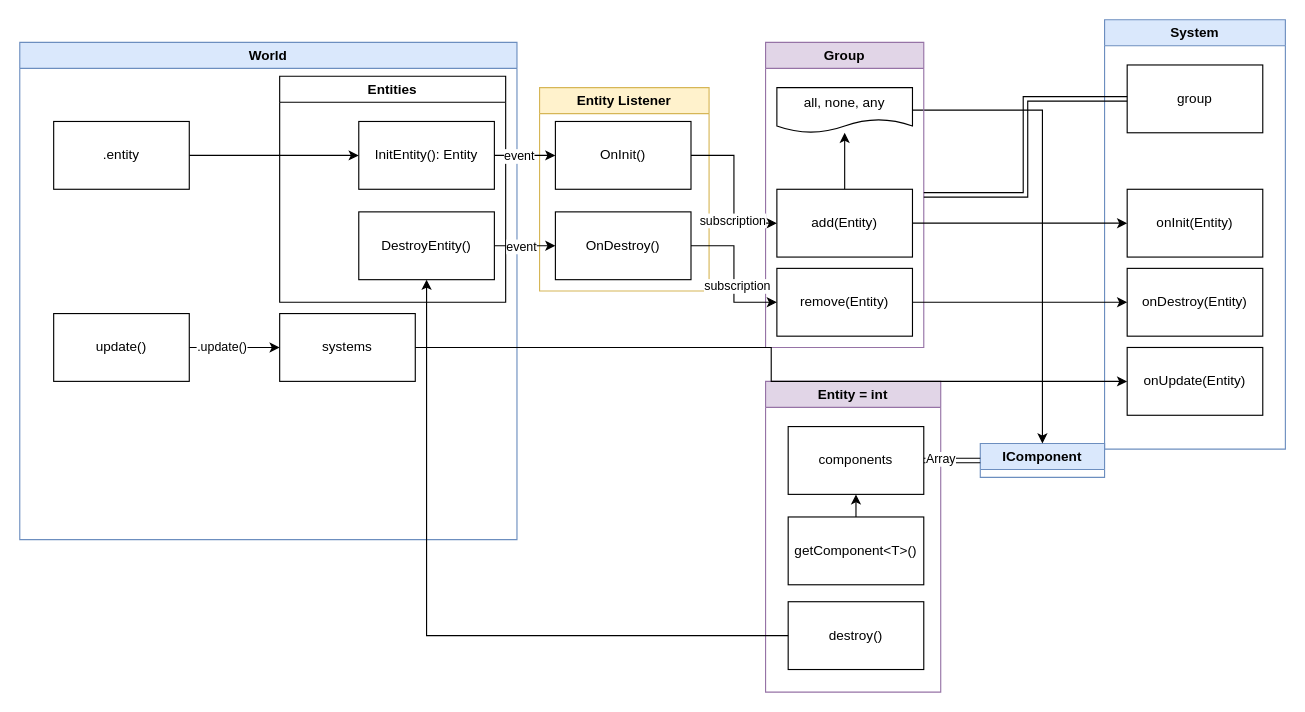
This is architecture.drawio from LargonG/kote-engine, a draw.io file, before an edit. Source tidied: cells renumbered, new cells numbered last; positions are measured from the earlier drawing's top-left corner, leaving out a move shared by most shapes. Both pictures are drawn from the tidied source at 113%, with x=0, y=0 at pixel (19, 19).
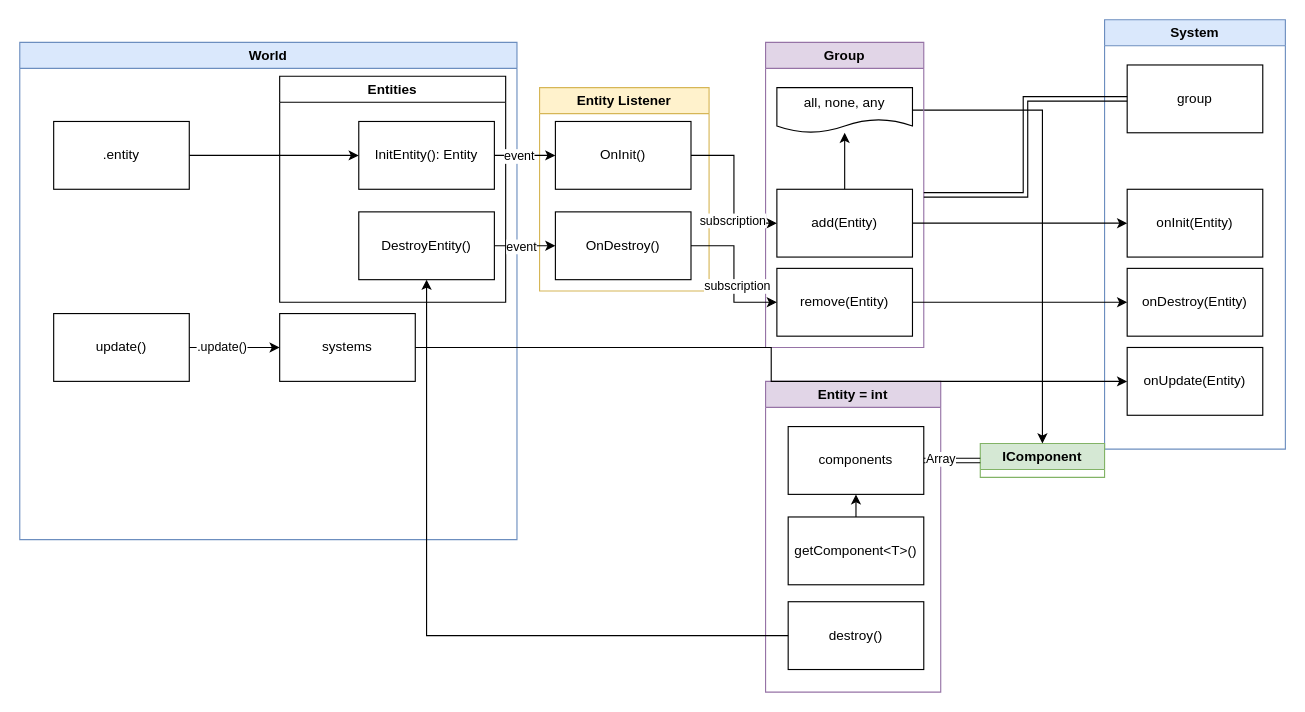
After the change.

Commit message:
blue -> green in IComponent

Diff of the diagram source:
```diff
@@
-    <mxCell id="29" value="IComponent" style="swimlane;whiteSpace=wrap;html=1;fillColor=#dae8fc;strokeColor=#6c8ebf;" parent="1" vertex="1" collapsed="1">
+    <mxCell id="29" value="IComponent" style="swimlane;whiteSpace=wrap;html=1;fillColor=#d5e8d4;strokeColor=#82b366;" parent="1" vertex="1" collapsed="1">
       <mxGeometry x="850" y="375" width="110" height="30" as="geometry" />
     </mxCell>
```
